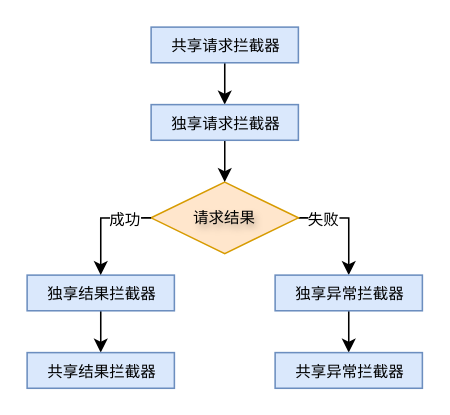
ning2090/flow keeps this draw.io diagram as Interceptor_call_order.drawio. Above is the earlier version. Source tidied: cells renumbered, new cells numbered last; positions are measured from the earlier drawing's top-left corner, leaving out a move shared by most shapes. Both pictures are drawn from the tidied source at 155%, with x=0, y=0 at pixel (26, 26).
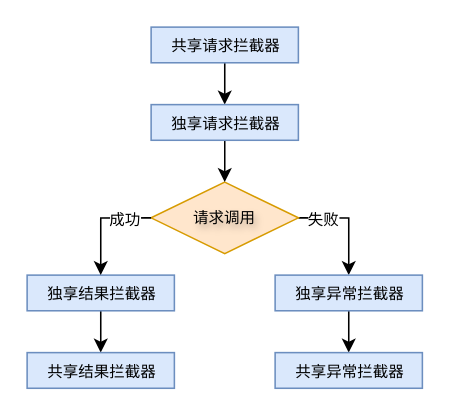
After the change.

Change to the diagram source:
```diff
@@
 <mxGraphModel>
   <root>
     <mxCell id="0" />
     <mxCell id="1" parent="0" />
     <mxCell id="2" style="edgeStyle=orthogonalEdgeStyle;rounded=0;jettySize=auto;html=1;exitX=1;exitY=0.5;exitDx=0;exitDy=0;entryX=0.5;entryY=0;entryDx=0;entryDy=0;" parent="1" edge="1" source="4" target="12">
       <mxGeometry relative="1" as="geometry" />
     </mxCell>
     <mxCell id="3" value="失败" style="edgeLabel;html=1;align=center;verticalAlign=middle;fontSize=10;" parent="2" vertex="1">
       <mxGeometry x="-0.3" y="-2" relative="1" as="geometry">
         <mxPoint x="-8" y="-2" as="offset" />
       </mxGeometry>
     </mxCell>
-    <mxCell id="4" value="&lt;font style=&quot;font-size: 10px;&quot;&gt;请求结果&lt;/font&gt;" style="rhombus;whiteSpace=wrap;html=1;rounded=0;shadow=0;labelBackgroundColor=none;strokeWidth=1;fontFamily=Verdana;fontSize=12;align=center;strokeColor=#d79b00;fillColor=#ffe6cc;textShadow=1;" parent="1" vertex="1">
+    <mxCell id="4" value="&lt;font style=&quot;font-size: 10px;&quot;&gt;请求调用&lt;/font&gt;" style="rhombus;whiteSpace=wrap;html=1;rounded=0;shadow=0;labelBackgroundColor=none;strokeWidth=1;fontFamily=Verdana;fontSize=12;align=center;strokeColor=#d79b00;fillColor=#ffe6cc;textShadow=1;" parent="1" vertex="1">
       <mxGeometry x="80" y="100" width="95" height="46.1" as="geometry" />
     </mxCell>
     <mxCell id="5" style="edgeStyle=orthogonalEdgeStyle;rounded=0;jettySize=auto;html=1;" parent="1" edge="1" source="6" target="8">
       <mxGeometry relative="1" as="geometry" />
     </mxCell>
     <mxCell id="6" value="&lt;font style=&quot;font-size: 10px;&quot;&gt;共享请求拦截器&lt;/font&gt;" style="rounded=0;html=1;shadow=0;labelBackgroundColor=none;strokeWidth=1;fontFamily=Verdana;fontSize=12;align=center;strokeColor=#6c8ebf;fillColor=#dae8fc;verticalAlign=middle;" parent="1" vertex="1">
       <mxGeometry x="80" width="95" height="23" as="geometry" />
     </mxCell>
     <mxCell id="7" style="edgeStyle=orthogonalEdgeStyle;rounded=0;jettySize=auto;html=1;exitX=0.5;exitY=1;exitDx=0;exitDy=0;entryX=0.5;entryY=0;entryDx=0;entryDy=0;" parent="1" edge="1" source="8" target="4">
       <mxGeometry relative="1" as="geometry" />
     </mxCell>
     <mxCell id="8" value="&lt;font style=&quot;font-size: 10px;&quot;&gt;独享请求拦截器&lt;/font&gt;" style="rounded=0;html=1;shadow=0;labelBackgroundColor=none;strokeWidth=1;fontFamily=Verdana;fontSize=12;align=center;strokeColor=#6c8ebf;fillColor=#dae8fc;" parent="1" vertex="1">
       <mxGeometry x="80" y="50" width="95" height="23" as="geometry" />
     </mxCell>
     <mxCell id="9" style="edgeStyle=orthogonalEdgeStyle;rounded=0;jettySize=auto;html=1;" parent="1" edge="1" source="10" target="13">
       <mxGeometry relative="1" as="geometry" />
     </mxCell>
     <mxCell id="10" value="&lt;font style=&quot;font-size: 10px;&quot;&gt;独享结果拦截器&lt;/font&gt;" style="rounded=0;html=1;shadow=0;labelBackgroundColor=none;strokeWidth=1;fontFamily=Verdana;fontSize=12;align=center;strokeColor=#6c8ebf;fillColor=#dae8fc;" parent="1" vertex="1">
       <mxGeometry y="160" width="95" height="23" as="geometry" />
     </mxCell>
     <mxCell id="11" style="edgeStyle=orthogonalEdgeStyle;rounded=0;jettySize=auto;html=1;" parent="1" edge="1" source="12" target="14">
       <mxGeometry relative="1" as="geometry" />
     </mxCell>
     <mxCell id="12" value="&lt;font style=&quot;font-size: 10px;&quot;&gt;独享异常拦截器&lt;/font&gt;" style="rounded=0;html=1;shadow=0;labelBackgroundColor=none;strokeWidth=1;fontFamily=Verdana;fontSize=12;align=center;strokeColor=#6c8ebf;fillColor=#dae8fc;" parent="1" vertex="1">
       <mxGeometry x="160" y="160" width="95" height="23" as="geometry" />
     </mxCell>
     <mxCell id="13" value="&lt;font style=&quot;font-size: 10px;&quot;&gt;共享结果拦截器&lt;/font&gt;" style="rounded=0;html=1;shadow=0;labelBackgroundColor=none;strokeWidth=1;fontFamily=Verdana;fontSize=12;align=center;strokeColor=#6c8ebf;fillColor=#dae8fc;" parent="1" vertex="1">
       <mxGeometry y="210" width="95" height="23" as="geometry" />
     </mxCell>
     <mxCell id="14" value="&lt;font style=&quot;font-size: 10px;&quot;&gt;共享异常拦截器&lt;/font&gt;" style="rounded=0;html=1;shadow=0;labelBackgroundColor=none;strokeWidth=1;fontFamily=Verdana;fontSize=12;align=center;strokeColor=#6c8ebf;fillColor=#dae8fc;" parent="1" vertex="1">
       <mxGeometry x="160" y="210" width="95" height="23" as="geometry" />
     </mxCell>
     <mxCell id="15" style="edgeStyle=orthogonalEdgeStyle;rounded=0;jettySize=auto;html=1;exitX=0;exitY=0.5;exitDx=0;exitDy=0;" parent="1" edge="1" source="4" target="10">
       <mxGeometry relative="1" as="geometry" />
     </mxCell>
     <mxCell id="16" value="成功" style="edgeLabel;html=1;align=center;verticalAlign=middle;fontSize=10;" parent="15" vertex="1">
       <mxGeometry x="-0.3" y="-2" relative="1" as="geometry">
         <mxPoint x="7" y="2" as="offset" />
       </mxGeometry>
     </mxCell>
   </root>
 </mxGraphModel>
```
